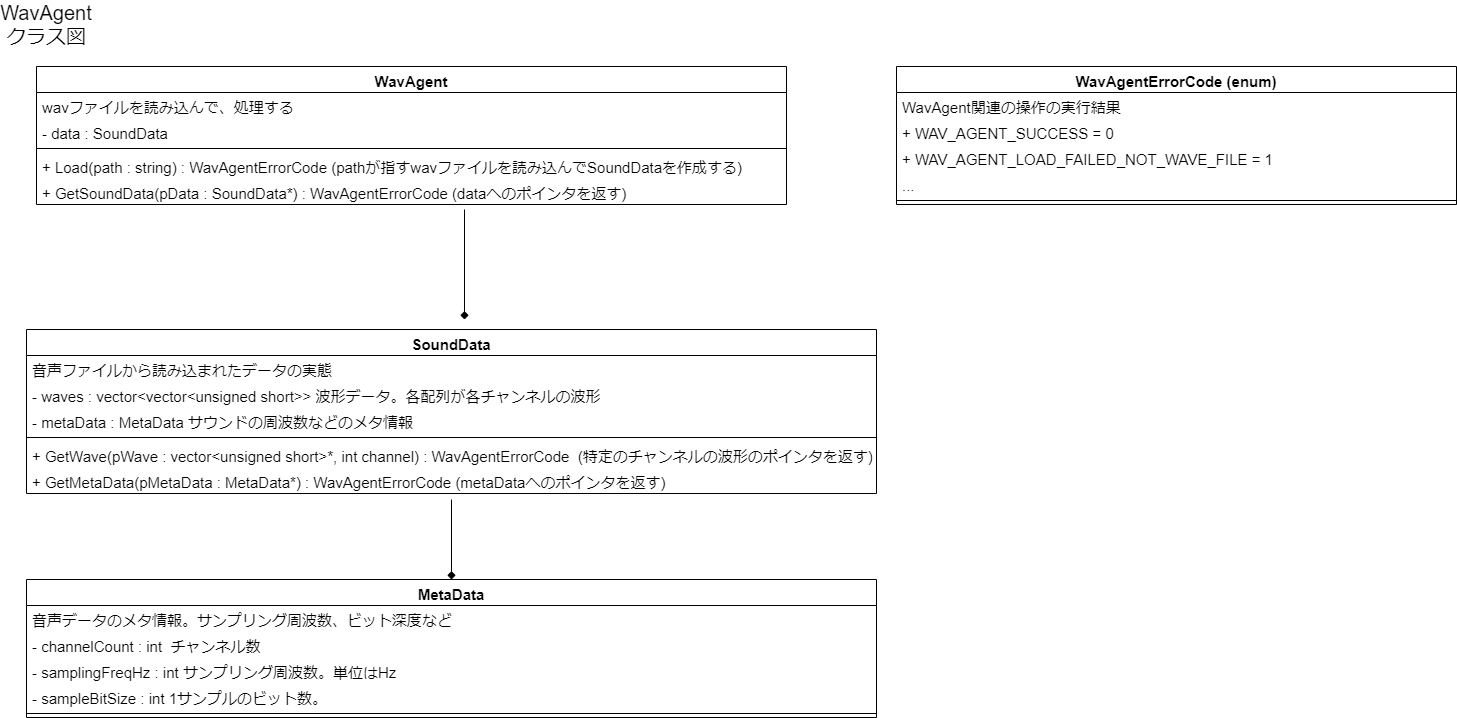
Earlier version of the draw.io export design/WavAgentClassDiagram.png (Dumble009/WavAgent). Source tidied: cells renumbered, new cells last; positions are measured from the earlier drawing's top-left corner, leaving out a move shared by most shapes.
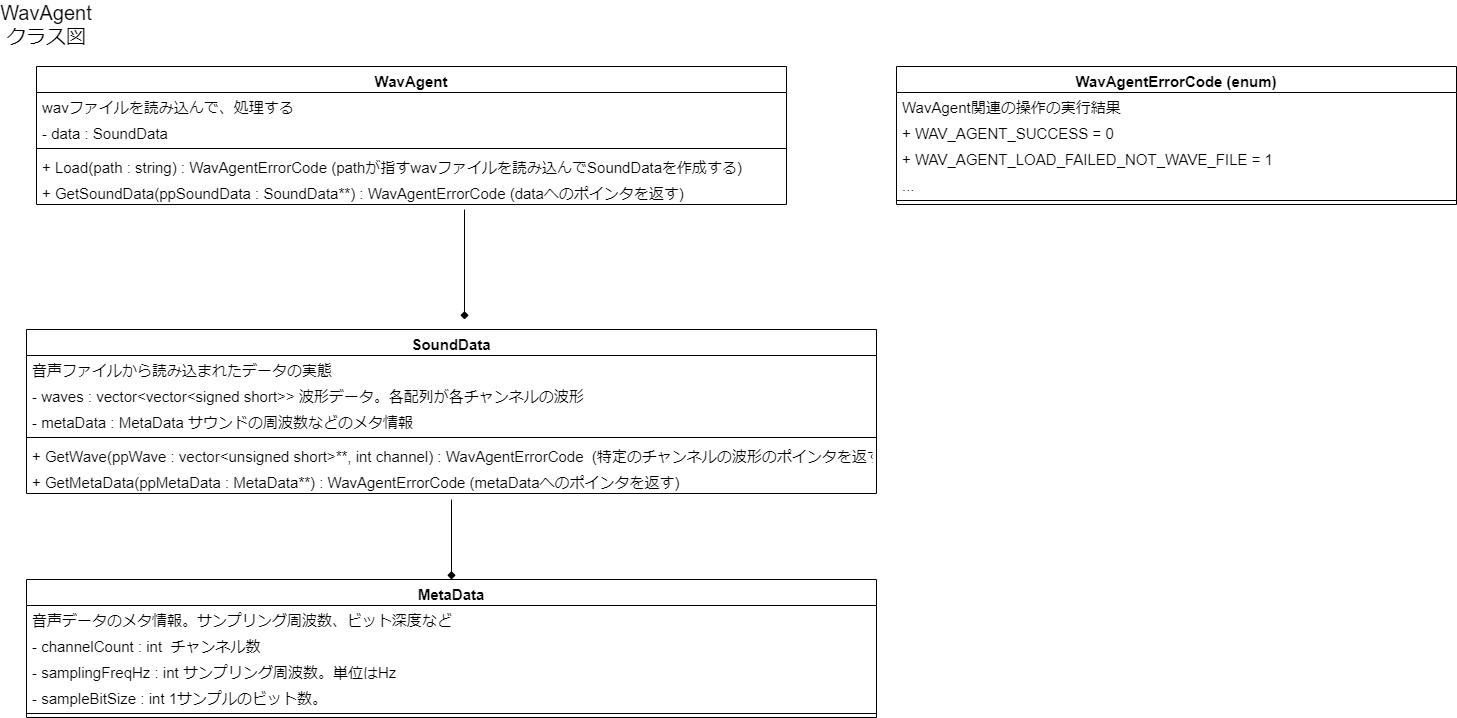
After the commit.

Commit message:
クラス図内の、波形データの型がunsigned shortになっていたのをsigned shortに変更

What changed in the source:
```diff
@@ -26,7 +26,7 @@
     <mxCell id="8" value="+ Load(path : string) : WavAgentErrorCode (pathが指すwavファイルを読み込んでSoundDataを作成する)" style="text;strokeColor=none;fillColor=none;align=left;verticalAlign=top;spacingLeft=4;spacingRight=4;overflow=hidden;fontSize=15;" parent="4" vertex="1">
       <mxGeometry y="86" width="750" height="26" as="geometry" />
     </mxCell>
-    <mxCell id="9" value="+ GetSoundData(pData : SoundData*) : WavAgentErrorCode (dataへのポインタを返す)" style="text;strokeColor=none;fillColor=none;align=left;verticalAlign=top;spacingLeft=4;spacingRight=4;overflow=hidden;fontSize=15;" parent="4" vertex="1">
+    <mxCell id="9" value="+ GetSoundData(ppSoundData : SoundData**) : WavAgentErrorCode (dataへのポインタを返す)" style="text;strokeColor=none;fillColor=none;align=left;verticalAlign=top;spacingLeft=4;spacingRight=4;overflow=hidden;fontSize=15;" parent="4" vertex="1">
       <mxGeometry y="112" width="750" height="26" as="geometry" />
     </mxCell>
     <mxCell id="10" value="SoundData" style="swimlane;fontStyle=1;align=center;verticalAlign=top;horizontal=1;startSize=26;fontSize=15;" parent="1" vertex="1">
@@ -35,7 +35,7 @@
     <mxCell id="11" value="音声ファイルから読み込まれたデータの実態" style="text;strokeColor=none;fillColor=none;align=left;verticalAlign=top;spacingLeft=4;spacingRight=4;overflow=hidden;fontSize=15;" parent="10" vertex="1">
       <mxGeometry y="26" width="850" height="26" as="geometry" />
     </mxCell>
-    <mxCell id="12" value="- waves : vector&lt;vector&lt;unsigned short&gt;&gt; 波形データ。各配列が各チャンネルの波形" style="text;strokeColor=none;fillColor=none;align=left;verticalAlign=top;spacingLeft=4;spacingRight=4;overflow=hidden;fontSize=15;" parent="10" vertex="1">
+    <mxCell id="12" value="- waves : vector&lt;vector&lt;signed short&gt;&gt; 波形データ。各配列が各チャンネルの波形" style="text;strokeColor=none;fillColor=none;align=left;verticalAlign=top;spacingLeft=4;spacingRight=4;overflow=hidden;fontSize=15;" parent="10" vertex="1">
       <mxGeometry y="52" width="850" height="26" as="geometry" />
     </mxCell>
     <mxCell id="13" value="- metaData : MetaData サウンドの周波数などのメタ情報" style="text;strokeColor=none;fillColor=none;align=left;verticalAlign=top;spacingLeft=4;spacingRight=4;overflow=hidden;fontSize=15;" parent="10" vertex="1">
@@ -44,10 +44,10 @@
     <mxCell id="14" style="line;strokeWidth=1;fillColor=none;align=left;verticalAlign=middle;spacingTop=-1;spacingLeft=3;spacingRight=3;labelPosition=right;fontSize=15;" parent="10" vertex="1">
       <mxGeometry y="104" width="850" height="8" as="geometry" />
     </mxCell>
-    <mxCell id="15" value="+ GetWave(pWave : vector&lt;unsigned short&gt;*, int channel) : WavAgentErrorCode  (特定のチャンネルの波形のポインタを返す)" style="text;strokeColor=none;fillColor=none;align=left;verticalAlign=top;spacingLeft=4;spacingRight=4;overflow=hidden;fontSize=15;" parent="10" vertex="1">
+    <mxCell id="15" value="+ GetWave(ppWave : vector&lt;unsigned short&gt;**, int channel) : WavAgentErrorCode  (特定のチャンネルの波形のポインタを返す)" style="text;strokeColor=none;fillColor=none;align=left;verticalAlign=top;spacingLeft=4;spacingRight=4;overflow=hidden;fontSize=15;" parent="10" vertex="1">
       <mxGeometry y="112" width="850" height="26" as="geometry" />
     </mxCell>
-    <mxCell id="16" value="+ GetMetaData(pMetaData : MetaData*) : WavAgentErrorCode (metaDataへのポインタを返す)" style="text;strokeColor=none;fillColor=none;align=left;verticalAlign=top;spacingLeft=4;spacingRight=4;overflow=hidden;fontSize=15;" parent="10" vertex="1">
+    <mxCell id="16" value="+ GetMetaData(ppMetaData : MetaData**) : WavAgentErrorCode (metaDataへのポインタを返す)" style="text;strokeColor=none;fillColor=none;align=left;verticalAlign=top;spacingLeft=4;spacingRight=4;overflow=hidden;fontSize=15;" parent="10" vertex="1">
       <mxGeometry y="138" width="850" height="26" as="geometry" />
     </mxCell>
     <mxCell id="17" value="MetaData" style="swimlane;fontStyle=1;align=center;verticalAlign=top;horizontal=1;startSize=26;fontSize=15;" parent="1" vertex="1">
```
